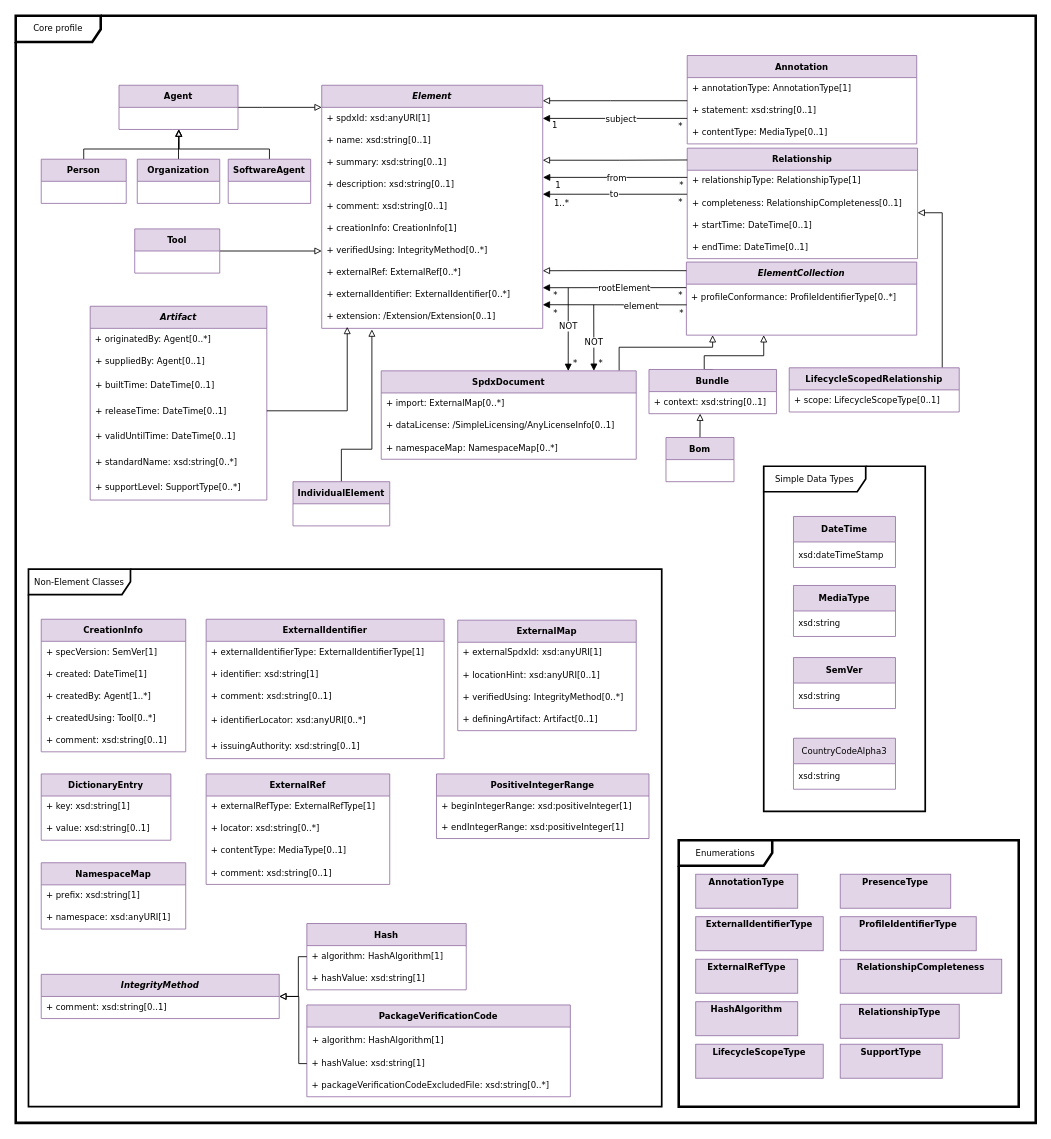
Earlier version of the draw.io diagram page "Core" (1 of 9) of docs/model.drawio (spdx/spdx-3-model). Source tidied: cells renumbered, new cells numbered last; positions are measured from the earlier drawing's top-left corner, leaving out a move shared by most shapes. Both pictures are drawn from the tidied source at 85%, with x=0, y=0 at pixel (15, 15).
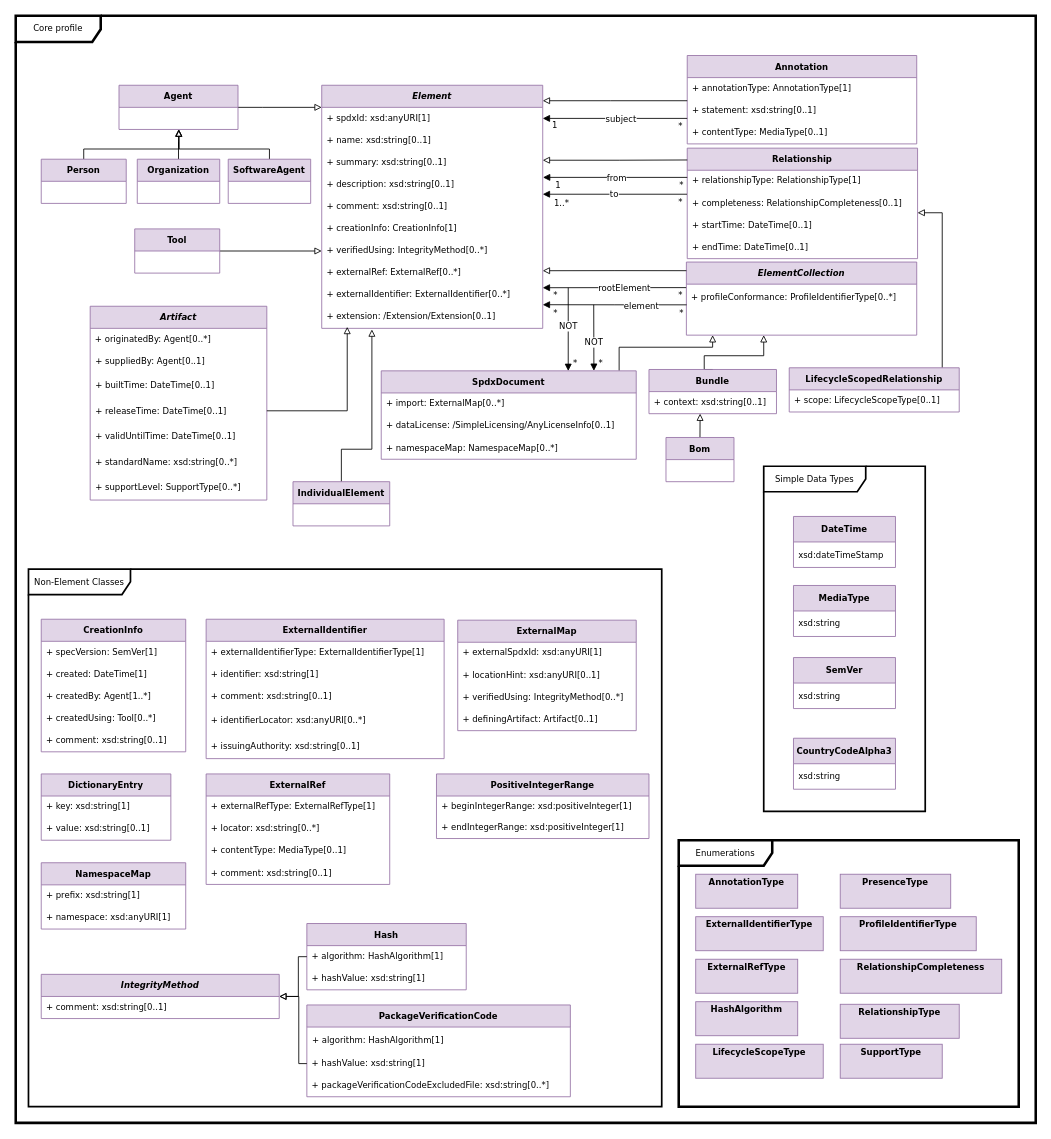
The same page after the edit.

Diff of the diagram source:
```diff
@@
-    <mxCell id="151" value="&lt;span style=&quot;text-align: left;&quot;&gt;CountryCodeAlpha3&lt;/span&gt;" style="swimlane;fontStyle=0;horizontal=1;startSize=30;whiteSpace=wrap;html=1;fontFamily=Verdana;fontSize=10;fillColor=#e1d5e7;strokeColor=#9673a6;" parent="1" vertex="1">
+    <mxCell id="151" value="&lt;span style=&quot;text-align: left;&quot;&gt;&lt;b&gt;CountryCodeAlpha3&lt;/b&gt;&lt;/span&gt;" style="swimlane;fontStyle=0;horizontal=1;startSize=30;whiteSpace=wrap;html=1;fontFamily=Verdana;fontSize=10;fillColor=#e1d5e7;strokeColor=#9673a6;" parent="1" vertex="1">
       <mxGeometry x="915" y="850" width="120" height="60" as="geometry" />
     </mxCell>
```
